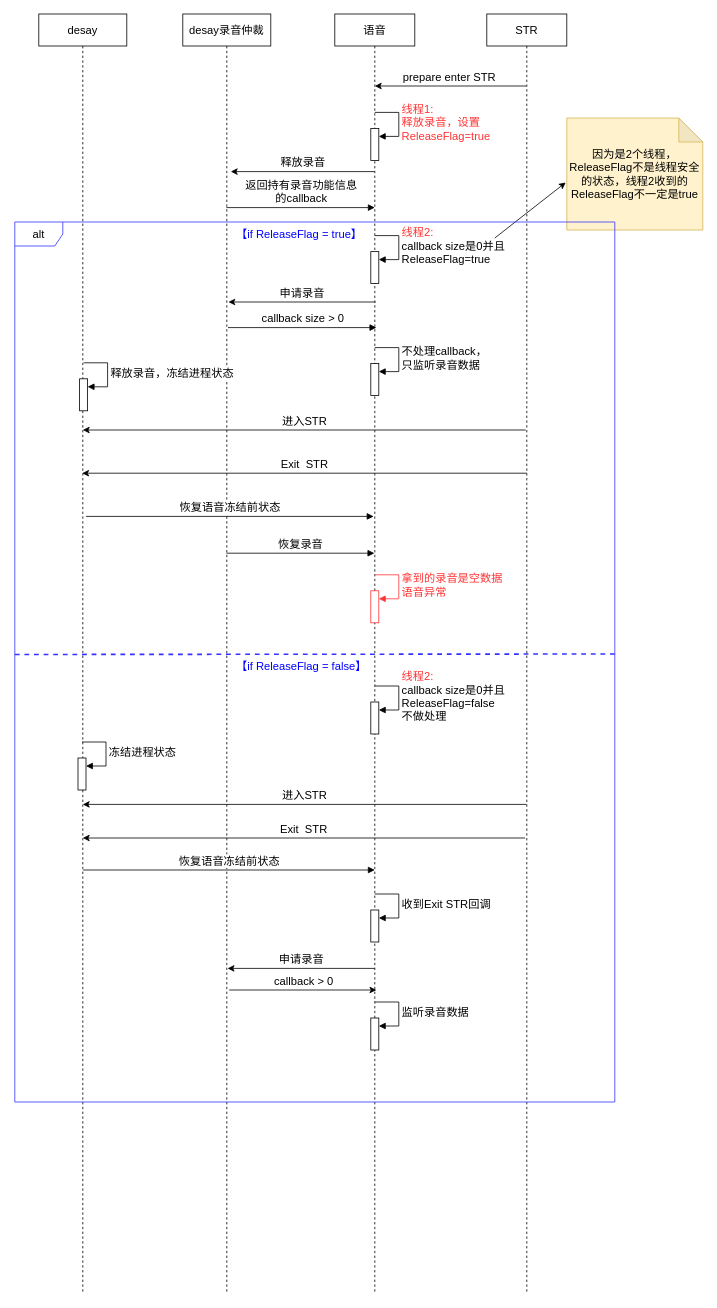
The draw.io diagram page "第 19 页" (19 of 19) of 未命名绘图.drawio in songlongGithub/CustomDemo, before the edit. Source tidied: cells renumbered, new cells numbered last; positions are measured from the earlier drawing's top-left corner, leaving out a move shared by most shapes. Both pictures are drawn from the tidied source at 80%, with x=0, y=0 at pixel (14, 14).
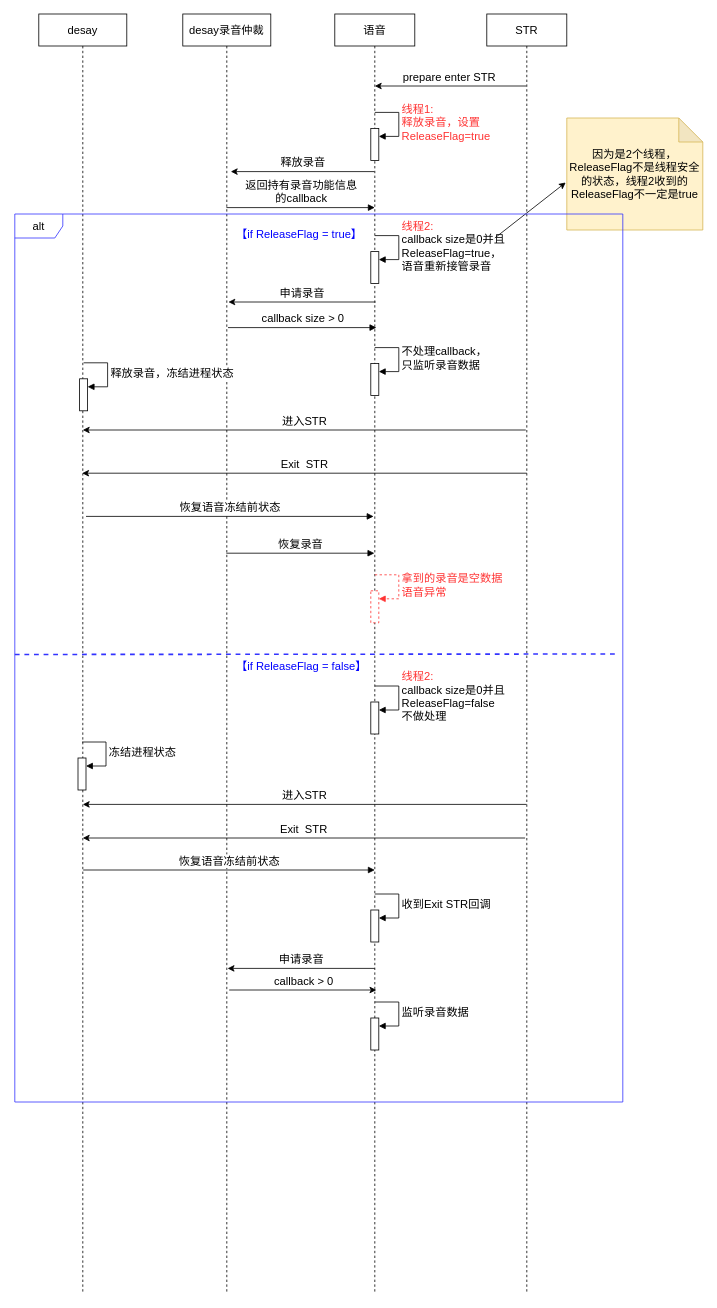
The same page after the edit.

Commit message:
更新未命名绘图.drawio

The change refers to these unchanged cells:
```xml
<mxCell id="2" value="语音" style="shape=umlLifeline;perimeter=lifelinePerimeter;whiteSpace=wrap;html=1;newEdgeStyle={&quot;curved&quot;:0,&quot;rounded&quot;:0};fontSize=14;" parent="1" vertex="1">
  <mxGeometry x="400" width="100" height="1600" as="geometry" />
</mxCell>
<mxCell id="3" style="html=1;points=[[0,0,0,0,5],[0,1,0,0,-5],[1,0,0,0,5],[1,1,0,0,-5]];perimeter=orthogonalPerimeter;outlineConnect=0;targetShapes=umlLifeline;portConstraint=eastwest;newEdgeStyle={&quot;curved&quot;:0,&quot;rounded&quot;:0};fontSize=14;" parent="2" vertex="1">
  <mxGeometry x="45" y="297" width="10" height="40" as="geometry" />
</mxCell>
```

Diff of the diagram source:
```diff
@@
-    <mxCell id="4" value="&lt;font color=&quot;#ff3333&quot; style=&quot;font-size: 14px;&quot;&gt;线程2:&lt;/font&gt;&lt;br style=&quot;font-size: 14px;&quot;&gt;callback size是0并且&lt;br style=&quot;font-size: 14px;&quot;&gt;ReleaseFlag=true" style="html=1;align=left;spacingLeft=2;endArrow=block;rounded=0;edgeStyle=orthogonalEdgeStyle;curved=0;rounded=0;fontSize=14;" parent="2" edge="1" target="3">
+    <mxCell id="4" value="&lt;font color=&quot;#ff3333&quot; style=&quot;font-size: 14px;&quot;&gt;线程2:&lt;/font&gt;&lt;br style=&quot;font-size: 14px;&quot;&gt;callback size是0并且&lt;br style=&quot;font-size: 14px;&quot;&gt;ReleaseFlag=true，&lt;br&gt;语音重新接管录音" style="html=1;align=left;spacingLeft=2;endArrow=block;rounded=0;edgeStyle=orthogonalEdgeStyle;curved=0;rounded=0;fontSize=14;" parent="2" edge="1" target="3">
       <mxGeometry x="0.01" relative="1" as="geometry">
         <mxPoint x="50" y="277" as="sourcePoint" />
         <Array as="points">
           <mxPoint x="80" y="307" />
         </Array>
       </mxGeometry>
     </mxCell>
@@
-    <mxCell id="7" style="html=1;points=[[0,0,0,0,5],[0,1,0,0,-5],[1,0,0,0,5],[1,1,0,0,-5]];perimeter=orthogonalPerimeter;outlineConnect=0;targetShapes=umlLifeline;portConstraint=eastwest;newEdgeStyle={&quot;curved&quot;:0,&quot;rounded&quot;:0};fontSize=14;fontColor=#FF3333;strokeColor=#FF3333;" parent="2" vertex="1">
+    <mxCell id="7" style="html=1;points=[[0,0,0,0,5],[0,1,0,0,-5],[1,0,0,0,5],[1,1,0,0,-5]];perimeter=orthogonalPerimeter;outlineConnect=0;targetShapes=umlLifeline;portConstraint=eastwest;newEdgeStyle={&quot;curved&quot;:0,&quot;rounded&quot;:0};fontSize=14;fontColor=#FF3333;strokeColor=#FF3333;dashed=1;" parent="2" vertex="1">
       <mxGeometry x="45" y="721" width="10" height="40" as="geometry" />
     </mxCell>
-    <mxCell id="8" value="&lt;font color=&quot;#ff3333&quot; style=&quot;font-size: 14px;&quot;&gt;拿到的录音是空数据&lt;br style=&quot;font-size: 14px;&quot;&gt;语音异常&lt;/font&gt;" style="html=1;align=left;spacingLeft=2;endArrow=block;rounded=0;edgeStyle=orthogonalEdgeStyle;curved=0;rounded=0;fontSize=14;strokeColor=#FF3333;" parent="2" edge="1" target="7">
+    <mxCell id="8" value="&lt;font color=&quot;#ff3333&quot; style=&quot;font-size: 14px;&quot;&gt;拿到的录音是空数据&lt;br style=&quot;font-size: 14px;&quot;&gt;语音异常&lt;/font&gt;" style="html=1;align=left;spacingLeft=2;endArrow=block;rounded=0;edgeStyle=orthogonalEdgeStyle;curved=0;rounded=0;fontSize=14;strokeColor=#FF3333;dashed=1;" parent="2" edge="1" target="7">
       <mxGeometry relative="1" as="geometry">
         <mxPoint x="50" y="701" as="sourcePoint" />
         <Array as="points">
           <mxPoint x="80" y="731" />
         </Array>
       </mxGeometry>
     </mxCell>
@@
     <mxCell id="26" value="alt" style="shape=umlFrame;whiteSpace=wrap;html=1;strokeColor=#3333FF;fontSize=14;" parent="1" vertex="1">
-      <mxGeometry y="260" width="750" height="1100" as="geometry" />
+      <mxGeometry y="250" width="760" height="1110" as="geometry" />
     </mxCell>
```
